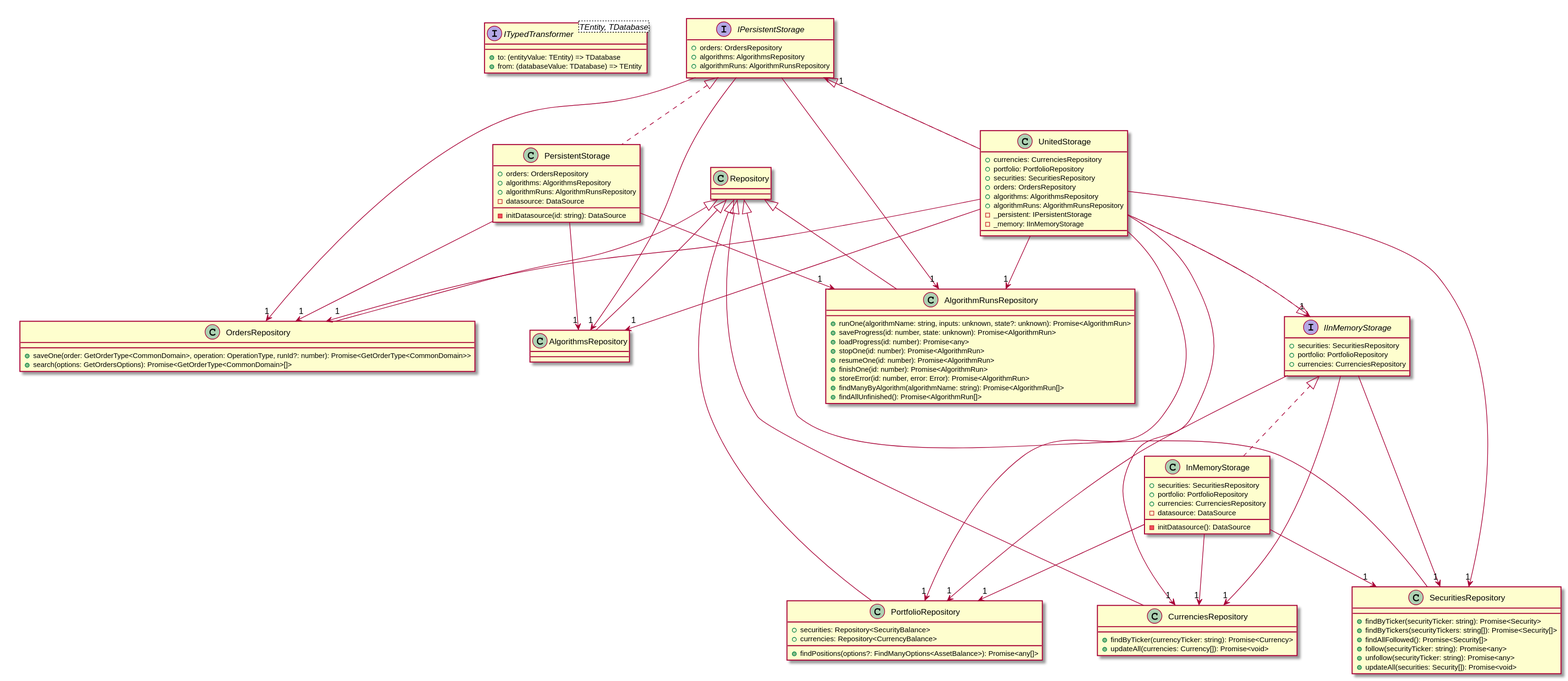
This is .docs/public/diagrams/storage.svg from d0rich/tradeb0t, a PlantUML export, as it was before one commit. The source it was exported from:
```plantuml
@startuml
interface ITypedTransformer<TEntity, TDatabase> {
    +to: (entityValue: TEntity) => TDatabase
    +from: (databaseValue: TDatabase) => TEntity
}
class AlgorithmsRepository extends Repository
class AlgorithmRunsRepository extends Repository {
    +runOne(algorithmName: string, inputs: unknown, state?: unknown): Promise<AlgorithmRun>
    +saveProgress(id: number, state: unknown): Promise<AlgorithmRun>
    +loadProgress(id: number): Promise<any>
    +stopOne(id: number): Promise<AlgorithmRun>
    +resumeOne(id: number): Promise<AlgorithmRun>
    +finishOne(id: number): Promise<AlgorithmRun>
    +storeError(id: number, error: Error): Promise<AlgorithmRun>
    +findManyByAlgorithm(algorithmName: string): Promise<AlgorithmRun[]>
    +findAllUnfinished(): Promise<AlgorithmRun[]>
}
class OrdersRepository extends Repository {
    +saveOne(order: GetOrderType<CommonDomain>, operation: OperationType, runId?: number): Promise<GetOrderType<CommonDomain>>
    +search(options: GetOrdersOptions): Promise<GetOrderType<CommonDomain>[]>
}
interface IPersistentStorage {
    +orders: OrdersRepository
    +algorithms: AlgorithmsRepository
    +algorithmRuns: AlgorithmRunsRepository
}
class PersistentStorage implements IPersistentStorage {
    +orders: OrdersRepository
    +algorithms: AlgorithmsRepository
    +algorithmRuns: AlgorithmRunsRepository
    -datasource: DataSource
    -initDatasource(id: string): DataSource
}
class SecuritiesRepository extends Repository {
    +findByTicker(securityTicker: string): Promise<Security>
    +findByTickers(securityTickers: string[]): Promise<Security[]>
    +findAllFollowed(): Promise<Security[]>
    +follow(securityTicker: string): Promise<any>
    +unfollow(securityTicker: string): Promise<any>
    +updateAll(securities: Security[]): Promise<void>
}
class PortfolioRepository extends Repository {
    +securities: Repository<SecurityBalance>
    +currencies: Repository<CurrencyBalance>
    +findPositions(options?: FindManyOptions<AssetBalance>): Promise<any[]>
}
class CurrenciesRepository extends Repository {
    +findByTicker(currencyTicker: string): Promise<Currency>
    +updateAll(currencies: Currency[]): Promise<void>
}
interface IInMemoryStorage {
    +securities: SecuritiesRepository
    +portfolio: PortfolioRepository
    +currencies: CurrenciesRepository
}
class InMemoryStorage implements IInMemoryStorage {
    +securities: SecuritiesRepository
    +portfolio: PortfolioRepository
    +currencies: CurrenciesRepository
    -datasource: DataSource
    -initDatasource(): DataSource
}
class UnitedStorage implements IPersistentStorage, IInMemoryStorage {
    +currencies: CurrenciesRepository
    +portfolio: PortfolioRepository
    +securities: SecuritiesRepository
    +orders: OrdersRepository
    +algorithms: AlgorithmsRepository
    +algorithmRuns: AlgorithmRunsRepository
    -_persistent: IPersistentStorage
    -_memory: IInMemoryStorage
}
IPersistentStorage --> "1" OrdersRepository
IPersistentStorage --> "1" AlgorithmsRepository
IPersistentStorage --> "1" AlgorithmRunsRepository
PersistentStorage --> "1" OrdersRepository
PersistentStorage --> "1" AlgorithmsRepository
PersistentStorage --> "1" AlgorithmRunsRepository
IInMemoryStorage --> "1" SecuritiesRepository
IInMemoryStorage --> "1" PortfolioRepository
IInMemoryStorage --> "1" CurrenciesRepository
InMemoryStorage --> "1" SecuritiesRepository
InMemoryStorage --> "1" PortfolioRepository
InMemoryStorage --> "1" CurrenciesRepository
UnitedStorage --> "1" CurrenciesRepository
UnitedStorage --> "1" PortfolioRepository
UnitedStorage --> "1" SecuritiesRepository
UnitedStorage --> "1" OrdersRepository
UnitedStorage --> "1" AlgorithmsRepository
UnitedStorage --> "1" AlgorithmRunsRepository
UnitedStorage --> "1" IPersistentStorage
UnitedStorage --> "1" IInMemoryStorage
@enduml
```
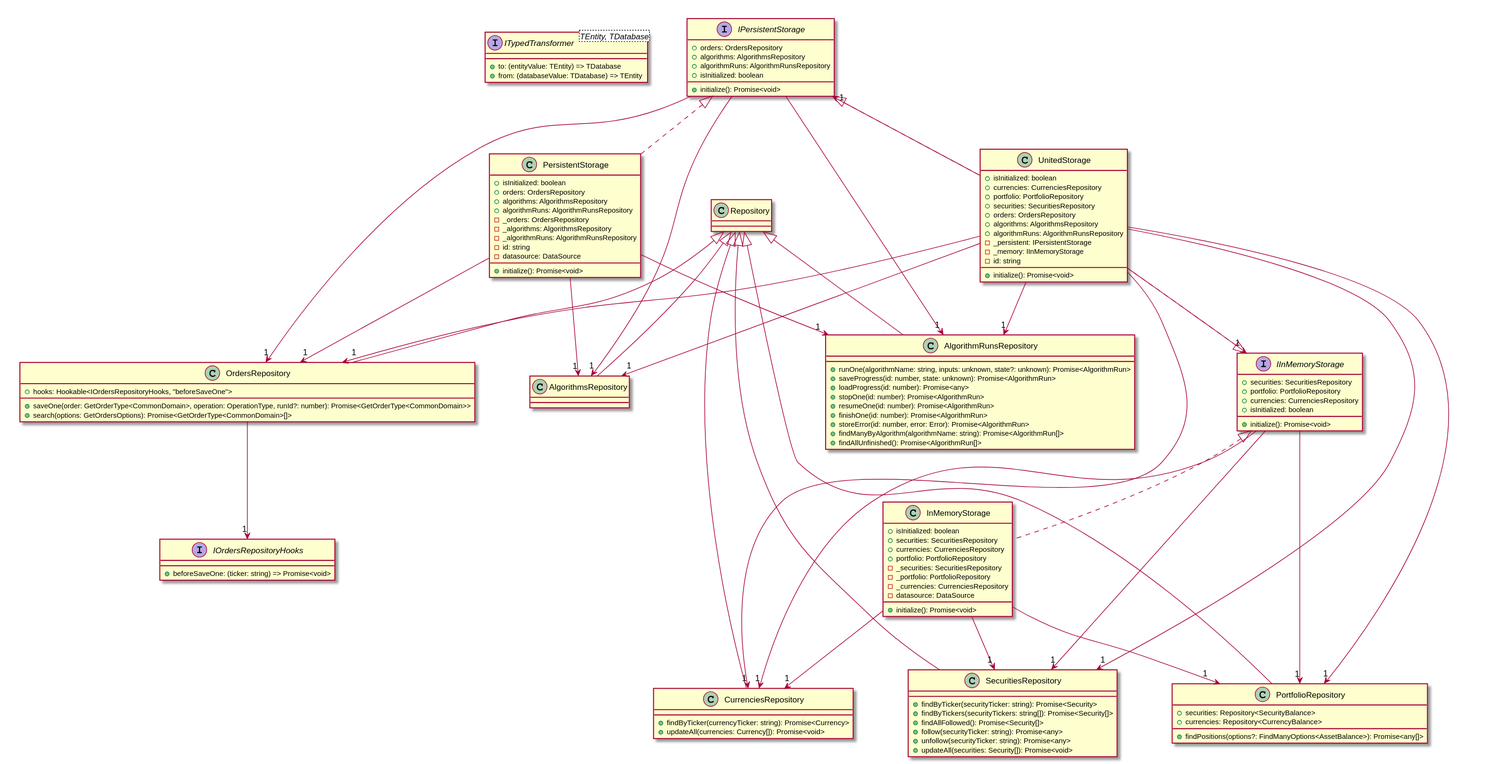
Above is the later version.

Diff of the diagram source:
```diff
@@ -15,7 +15,11 @@
     +findManyByAlgorithm(algorithmName: string): Promise<AlgorithmRun[]>
     +findAllUnfinished(): Promise<AlgorithmRun[]>
 }
+interface IOrdersRepositoryHooks {
+    +beforeSaveOne: (ticker: string) => Promise<void>
+}
 class OrdersRepository extends Repository {
+    +hooks: Hookable<IOrdersRepositoryHooks, "beforeSaveOne">
     +saveOne(order: GetOrderType<CommonDomain>, operation: OperationType, runId?: number): Promise<GetOrderType<CommonDomain>>
     +search(options: GetOrdersOptions): Promise<GetOrderType<CommonDomain>[]>
 }
@@ -23,13 +27,20 @@
     +orders: OrdersRepository
     +algorithms: AlgorithmsRepository
     +algorithmRuns: AlgorithmRunsRepository
+    +isInitialized: boolean
+    +initialize(): Promise<void>
 }
 class PersistentStorage implements IPersistentStorage {
+    +isInitialized: boolean
     +orders: OrdersRepository
     +algorithms: AlgorithmsRepository
     +algorithmRuns: AlgorithmRunsRepository
+    -_orders: OrdersRepository
+    -_algorithms: AlgorithmsRepository
+    -_algorithmRuns: AlgorithmRunsRepository
+    -id: string
+    +initialize(): Promise<void>
     -datasource: DataSource
-    -initDatasource(id: string): DataSource
 }
 class SecuritiesRepository extends Repository {
     +findByTicker(securityTicker: string): Promise<Security>
@@ -52,15 +63,22 @@
     +securities: SecuritiesRepository
     +portfolio: PortfolioRepository
     +currencies: CurrenciesRepository
+    +isInitialized: boolean
+    +initialize(): Promise<void>
 }
 class InMemoryStorage implements IInMemoryStorage {
+    +isInitialized: boolean
     +securities: SecuritiesRepository
+    +currencies: CurrenciesRepository
     +portfolio: PortfolioRepository
-    +currencies: CurrenciesRepository
+    -_securities: SecuritiesRepository
+    -_portfolio: PortfolioRepository
+    -_currencies: CurrenciesRepository
     -datasource: DataSource
-    -initDatasource(): DataSource
+    +initialize(): Promise<void>
 }
 class UnitedStorage implements IPersistentStorage, IInMemoryStorage {
+    +isInitialized: boolean
     +currencies: CurrenciesRepository
     +portfolio: PortfolioRepository
     +securities: SecuritiesRepository
@@ -69,7 +87,10 @@
     +algorithmRuns: AlgorithmRunsRepository
     -_persistent: IPersistentStorage
     -_memory: IInMemoryStorage
+    -id: string
+    +initialize(): Promise<void>
 }
+OrdersRepository --> "1" IOrdersRepositoryHooks
 IPersistentStorage --> "1" OrdersRepository
 IPersistentStorage --> "1" AlgorithmsRepository
 IPersistentStorage --> "1" AlgorithmRunsRepository
@@ -80,8 +101,8 @@
 IInMemoryStorage --> "1" PortfolioRepository
 IInMemoryStorage --> "1" CurrenciesRepository
 InMemoryStorage --> "1" SecuritiesRepository
+InMemoryStorage --> "1" CurrenciesRepository
 InMemoryStorage --> "1" PortfolioRepository
-InMemoryStorage --> "1" CurrenciesRepository
 UnitedStorage --> "1" CurrenciesRepository
 UnitedStorage --> "1" PortfolioRepository
 UnitedStorage --> "1" SecuritiesRepository
```
